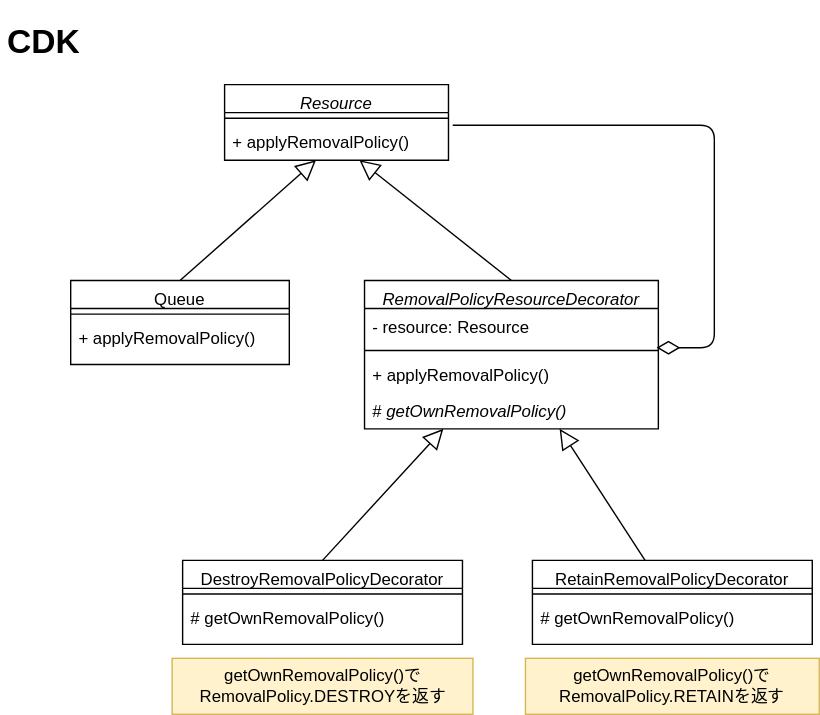
Above: drawio/decorator/decorator_concrete.drawio.svg in go-to-k/cdk-gof-design-pattern (draw.io), before the change. Source tidied: cells renumbered, new cells last; positions are measured from the earlier drawing's top-left corner, leaving out a move shared by most shapes.
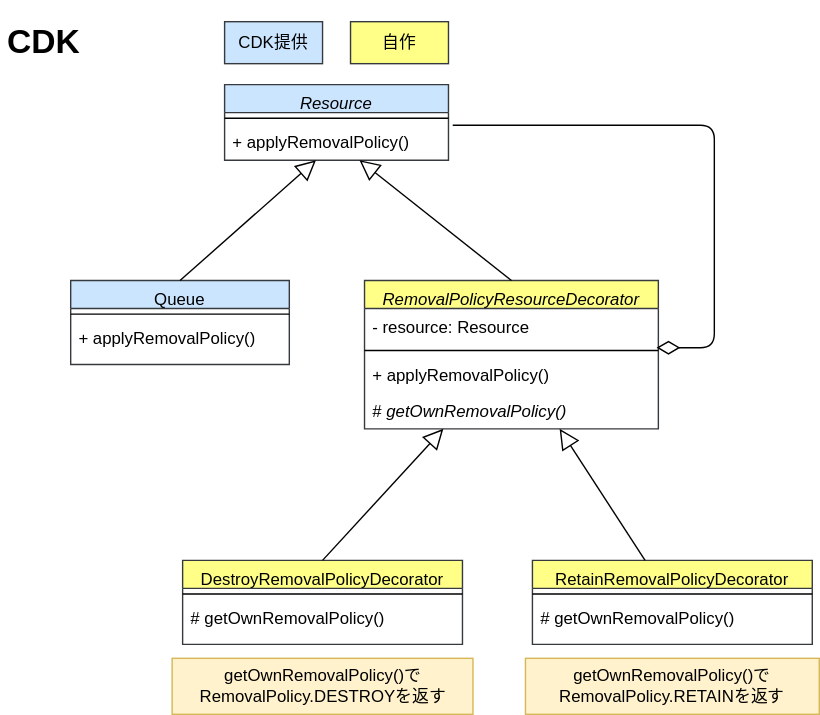
After the change.

What changed in the source:
```diff
@@ -2,7 +2,7 @@
   <root>
     <mxCell id="0" />
     <mxCell id="1" parent="0" />
-    <mxCell id="2" value="Queue" style="swimlane;fontStyle=0;align=center;verticalAlign=top;horizontal=1;startSize=20;rounded=0;shadow=0;strokeWidth=1;" parent="1" vertex="1">
+    <mxCell id="2" value="Queue" style="swimlane;fontStyle=0;align=center;verticalAlign=top;horizontal=1;startSize=20;rounded=0;shadow=0;strokeWidth=1;fillColor=#cce5ff;strokeColor=#36393d;" parent="1" vertex="1">
       <mxGeometry x="50" y="190" width="156.2" height="60" as="geometry" />
     </mxCell>
     <mxCell id="3" style="line;html=1;strokeWidth=1;align=left;verticalAlign=middle;spacingTop=-1;spacingLeft=3;spacingRight=3;labelPosition=right;" parent="2" vertex="1">
@@ -11,7 +11,7 @@
     <mxCell id="4" value="+ applyRemovalPolicy()" style="text;strokeColor=none;fillColor=none;align=left;verticalAlign=top;spacingLeft=4;spacingRight=4;overflow=hidden;whiteSpace=wrap;html=1;" parent="2" vertex="1">
       <mxGeometry y="28" width="156.2" height="26" as="geometry" />
     </mxCell>
-    <mxCell id="5" value="RemovalPolicyResourceDecorator" style="swimlane;fontStyle=2;align=center;verticalAlign=top;horizontal=1;startSize=20;rounded=0;shadow=0;strokeWidth=1;" parent="1" vertex="1">
+    <mxCell id="5" value="RemovalPolicyResourceDecorator" style="swimlane;fontStyle=2;align=center;verticalAlign=top;horizontal=1;startSize=20;rounded=0;shadow=0;strokeWidth=1;fillColor=#ffff88;strokeColor=#36393d;" parent="1" vertex="1">
       <mxGeometry x="260" y="190" width="210" height="106" as="geometry" />
     </mxCell>
     <mxCell id="6" value="- resource: Resource" style="text;strokeColor=none;fillColor=none;align=left;verticalAlign=top;spacingLeft=4;spacingRight=4;overflow=hidden;points=[[0,0.5],[1,0.5]];portConstraint=eastwest;whiteSpace=wrap;html=1;" parent="5" vertex="1">
@@ -26,7 +26,7 @@
     <mxCell id="9" value="#&lt;i&gt; getOwnRemovalPolicy()&lt;/i&gt;" style="text;strokeColor=none;fillColor=none;align=left;verticalAlign=top;spacingLeft=4;spacingRight=4;overflow=hidden;whiteSpace=wrap;html=1;" parent="5" vertex="1">
       <mxGeometry y="80" width="210" height="26" as="geometry" />
     </mxCell>
-    <mxCell id="10" value="Resource" style="swimlane;fontStyle=2;align=center;verticalAlign=top;horizontal=1;startSize=20;rounded=0;shadow=0;strokeWidth=1;" parent="1" vertex="1">
+    <mxCell id="10" value="Resource" style="swimlane;fontStyle=2;align=center;verticalAlign=top;horizontal=1;startSize=20;rounded=0;shadow=0;strokeWidth=1;fillColor=#cce5ff;strokeColor=#36393d;" parent="1" vertex="1">
       <mxGeometry x="160" y="50" width="160" height="54" as="geometry" />
     </mxCell>
     <mxCell id="11" style="line;html=1;strokeWidth=1;align=left;verticalAlign=middle;spacingTop=-1;spacingLeft=3;spacingRight=3;labelPosition=right;" parent="10" vertex="1">
@@ -44,7 +44,7 @@
     <mxCell id="15" style="endArrow=block;endFill=0;endSize=12;html=1;rounded=0;exitX=0.5;exitY=0;exitDx=0;exitDy=0;" parent="1" edge="1" source="2" target="12">
       <mxGeometry relative="1" as="geometry" />
     </mxCell>
-    <mxCell id="16" value="DestroyRemovalPolicyDecorator" style="swimlane;fontStyle=0;align=center;verticalAlign=top;horizontal=1;startSize=20;rounded=0;shadow=0;strokeWidth=1;" parent="1" vertex="1">
+    <mxCell id="16" value="DestroyRemovalPolicyDecorator" style="swimlane;fontStyle=0;align=center;verticalAlign=top;horizontal=1;startSize=20;rounded=0;shadow=0;strokeWidth=1;fillColor=#ffff88;strokeColor=#36393d;" parent="1" vertex="1">
       <mxGeometry x="130" y="390" width="200" height="60" as="geometry" />
     </mxCell>
     <mxCell id="17" style="line;html=1;strokeWidth=1;align=left;verticalAlign=middle;spacingTop=-1;spacingLeft=3;spacingRight=3;labelPosition=right;" parent="16" vertex="1">
@@ -64,7 +64,7 @@
         </Array>
       </mxGeometry>
     </mxCell>
-    <mxCell id="21" value="RetainRemovalPolicyDecorator" style="swimlane;fontStyle=0;align=center;verticalAlign=top;horizontal=1;startSize=20;rounded=0;shadow=0;strokeWidth=1;" parent="1" vertex="1">
+    <mxCell id="21" value="RetainRemovalPolicyDecorator" style="swimlane;fontStyle=0;align=center;verticalAlign=top;horizontal=1;startSize=20;rounded=0;shadow=0;strokeWidth=1;fillColor=#ffff88;strokeColor=#36393d;" parent="1" vertex="1">
       <mxGeometry x="380" y="390" width="200" height="60" as="geometry" />
     </mxCell>
     <mxCell id="22" style="line;html=1;strokeWidth=1;align=left;verticalAlign=middle;spacingTop=-1;spacingLeft=3;spacingRight=3;labelPosition=right;" parent="21" vertex="1">
@@ -82,5 +82,11 @@
     <mxCell id="26" value="getOwnRemovalPolicy()でRemovalPolicy.DESTROYを返す" style="text;html=1;strokeColor=#d6b656;fillColor=#fff2cc;align=center;verticalAlign=middle;whiteSpace=wrap;rounded=0;fontColor=#000000;" parent="1" vertex="1">
       <mxGeometry x="122.5" y="460" width="215" height="40" as="geometry" />
     </mxCell>
+    <mxCell id="27" value="自作" style="rounded=0;whiteSpace=wrap;html=1;fillColor=#ffff88;strokeColor=#36393d;" parent="1" vertex="1">
+      <mxGeometry x="250" y="5" width="70" height="30" as="geometry" />
+    </mxCell>
+    <mxCell id="28" value="CDK提供" style="rounded=0;whiteSpace=wrap;html=1;fillColor=#cce5ff;strokeColor=#36393d;" parent="1" vertex="1">
+      <mxGeometry x="160" y="5" width="70" height="30" as="geometry" />
+    </mxCell>
   </root>
 </mxGraphModel>
```
